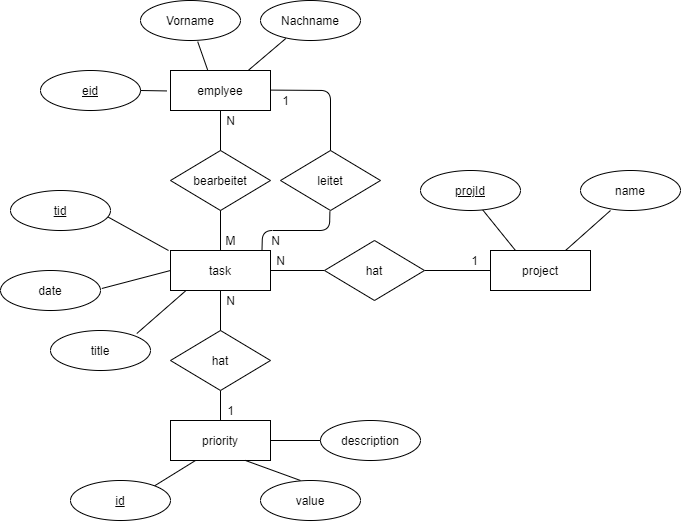
The draw.io diagram Doku/ERDiagramm.png in jtuttas/FIAE_LF9, before a commit. Source tidied: cells renumbered, new cells last; positions are measured from the earlier drawing's top-left corner, leaving out a move shared by most shapes.
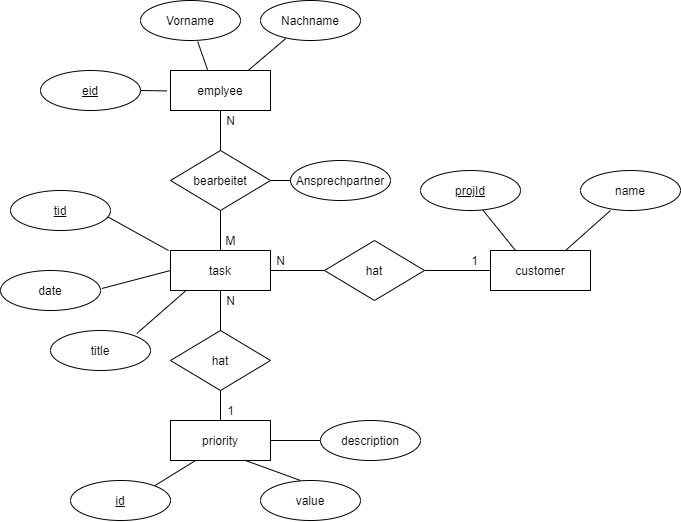
After the change.

Diff of the diagram source:
```diff
@@ -35,7 +35,7 @@
         <mxPoint x="610" y="210" as="targetPoint" />
       </mxGeometry>
     </mxCell>
-    <mxCell id="11" value="project" style="whiteSpace=wrap;html=1;align=center;" parent="1" vertex="1">
+    <mxCell id="11" value="customer" style="whiteSpace=wrap;html=1;align=center;" parent="1" vertex="1">
       <mxGeometry x="490" y="250" width="100" height="40" as="geometry" />
     </mxCell>
     <mxCell id="12" style="edgeStyle=none;rounded=0;jettySize=auto;html=1;exitX=0.5;exitY=0;exitDx=0;exitDy=0;entryX=0.5;entryY=1;entryDx=0;entryDy=0;endArrow=none;endFill=0;" parent="1" edge="1" source="22" target="4">
@@ -137,9 +137,6 @@
     <mxCell id="40" value="Nachname" style="ellipse;whiteSpace=wrap;html=1;align=center;" parent="1" vertex="1">
       <mxGeometry x="260" width="100" height="40" as="geometry" />
     </mxCell>
-    <mxCell id="41" value="leitet" style="shape=rhombus;perimeter=rhombusPerimeter;whiteSpace=wrap;html=1;align=center;" parent="1" vertex="1">
-      <mxGeometry x="280" y="150" width="100" height="60" as="geometry" />
-    </mxCell>
     <mxCell id="42" style="endArrow=none;html=1;entryX=-0.036;entryY=0.511;entryDx=0;entryDy=0;entryPerimeter=0;" parent="1" edge="1" target="32">
       <mxGeometry relative="1" as="geometry">
         <mxPoint x="140" y="90" as="sourcePoint" />
@@ -151,27 +148,14 @@
     <mxCell id="44" style="endArrow=none;html=1;entryX=0.253;entryY=0.95;entryDx=0;entryDy=0;entryPerimeter=0;exitX=0.784;exitY=-0.016;exitDx=0;exitDy=0;exitPerimeter=0;" parent="1" edge="1" source="32" target="40">
       <mxGeometry relative="1" as="geometry" />
     </mxCell>
-    <mxCell id="45" style="endArrow=none;html=1;entryX=1.006;entryY=0.49;entryDx=0;entryDy=0;entryPerimeter=0;" parent="1" edge="1" target="32">
-      <mxGeometry relative="1" as="geometry">
-        <mxPoint x="330" y="150" as="sourcePoint" />
-        <Array as="points">
-          <mxPoint x="330" y="90" />
-        </Array>
-      </mxGeometry>
-    </mxCell>
-    <mxCell id="46" style="endArrow=none;html=1;exitX=0.915;exitY=-0.012;exitDx=0;exitDy=0;exitPerimeter=0;entryX=0.494;entryY=1.017;entryDx=0;entryDy=0;entryPerimeter=0;" parent="1" edge="1" source="4" target="41">
-      <mxGeometry relative="1" as="geometry">
-        <Array as="points">
-          <mxPoint x="262" y="230" />
-          <mxPoint x="329" y="230" />
-        </Array>
-      </mxGeometry>
-    </mxCell>
-    <mxCell id="47" value="N" style="text;html=1;align=center;verticalAlign=middle;fillColor=none;strokeColor=none;rounded=0;" parent="1" vertex="1">
-      <mxGeometry x="265" y="230" width="20" height="20" as="geometry" />
-    </mxCell>
-    <mxCell id="48" value="1" style="text;html=1;align=center;verticalAlign=middle;fillColor=none;strokeColor=none;rounded=0;" parent="1" vertex="1">
-      <mxGeometry x="275" y="90" width="20" height="20" as="geometry" />
-    </mxCell>
+    <mxCell id="49" value="Ansprechpartner" style="ellipse;whiteSpace=wrap;html=1;align=center;" parent="1" vertex="1">
+      <mxGeometry x="290" y="160" width="100" height="40" as="geometry" />
+    </mxCell>
+    <mxCell id="50" style="edgeStyle=none;rounded=0;orthogonalLoop=1;jettySize=auto;html=1;entryX=1;entryY=0.5;entryDx=0;entryDy=0;endArrow=none;endFill=0;" parent="1" edge="1">
+      <mxGeometry relative="1" as="geometry">
+        <mxPoint x="290" y="180" as="sourcePoint" />
+        <mxPoint x="270" y="180" as="targetPoint" />
+      </mxGeometry>
+    </mxCell>
   </root>
 </mxGraphModel>
```
